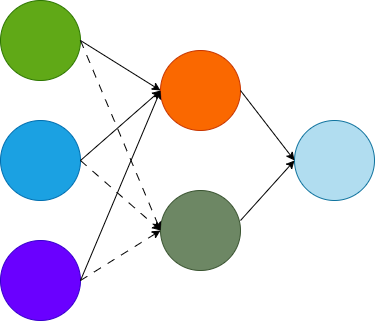
The draw.io diagram example.drawio.png in CXianRen/MyNN, before a commit. Source tidied: cells renumbered, new cells last; positions are measured from the earlier drawing's top-left corner, leaving out a move shared by most shapes.
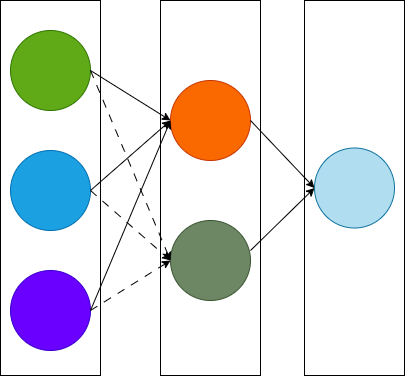
The same diagram one commit later.

What changed in the source:
```diff
@@ -2,6 +2,15 @@
   <root>
     <mxCell id="0" />
     <mxCell id="1" parent="0" />
+    <mxCell id="16" style="rounded=0;whiteSpace=wrap;html=1;" parent="1" vertex="1">
+      <mxGeometry x="294" y="-30" width="100" height="375" as="geometry" />
+    </mxCell>
+    <mxCell id="17" style="rounded=0;whiteSpace=wrap;html=1;" parent="1" vertex="1">
+      <mxGeometry x="150" y="-30" width="100" height="375" as="geometry" />
+    </mxCell>
+    <mxCell id="18" style="rounded=0;whiteSpace=wrap;html=1;" parent="1" vertex="1">
+      <mxGeometry x="-10" y="-30" width="100" height="375" as="geometry" />
+    </mxCell>
     <mxCell id="2" style="ellipse;whiteSpace=wrap;html=1;fillColor=#60a917;fontColor=#ffffff;strokeColor=#2D7600;" parent="1" vertex="1">
       <mxGeometry width="80" height="80" as="geometry" />
     </mxCell>
@@ -18,7 +27,7 @@
       <mxGeometry x="160" y="190" width="80" height="80" as="geometry" />
     </mxCell>
     <mxCell id="7" style="ellipse;whiteSpace=wrap;html=1;fillColor=#b1ddf0;strokeColor=#10739e;" parent="1" vertex="1">
-      <mxGeometry x="294" y="120" width="80" height="80" as="geometry" />
+      <mxGeometry x="304" y="117.5" width="80" height="80" as="geometry" />
     </mxCell>
     <mxCell id="8" style="endArrow=classic;html=1;rounded=0;exitX=1;exitY=0.5;exitDx=0;exitDy=0;entryX=0;entryY=0.5;entryDx=0;entryDy=0;" parent="1" edge="1" source="2" target="5">
       <mxGeometry relative="1" as="geometry" />
@@ -55,10 +64,9 @@
         <mxPoint x="240" y="90" as="sourcePoint" />
       </mxGeometry>
     </mxCell>
-    <mxCell id="15" style="endArrow=classic;html=1;rounded=0;exitX=1;exitY=0.5;exitDx=0;exitDy=0;" parent="1" edge="1">
+    <mxCell id="15" style="endArrow=classic;html=1;rounded=0;exitX=1;exitY=0.5;exitDx=0;exitDy=0;entryX=0;entryY=0.5;entryDx=0;entryDy=0;" parent="1" edge="1" target="7">
       <mxGeometry relative="1" as="geometry">
         <mxPoint x="240" y="220" as="sourcePoint" />
-        <mxPoint x="294" y="160" as="targetPoint" />
       </mxGeometry>
     </mxCell>
   </root>
```
